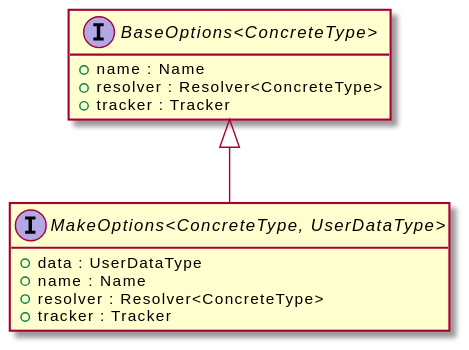
The PlantUML diagram assets/MakeOptions-umlClassDiagram-352.svg in zorse-lang/adk, before a commit. Source of this version:
```plantuml
@startuml
skinparam BackgroundColor transparent
hide empty methods
hide empty fields
interface "MakeOptions<ConcreteType, UserDataType>" {
    +data : UserDataType
    +name : Name
    +resolver : Resolver<ConcreteType>
    +tracker : Tracker
}
interface "BaseOptions<ConcreteType>" {
    +name : Name
    +resolver : Resolver<ConcreteType>
    +tracker : Tracker
}
"BaseOptions<ConcreteType>" <|-- "MakeOptions<ConcreteType, UserDataType>"
@enduml
```
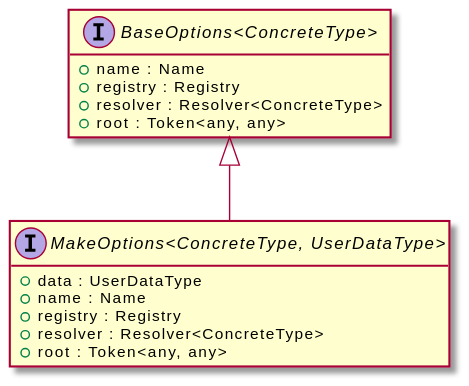
The same diagram one commit later.

Change to the diagram source:
```diff
@@ -5,13 +5,15 @@
 interface "MakeOptions<ConcreteType, UserDataType>" {
     +data : UserDataType
     +name : Name
+    +registry : Registry
     +resolver : Resolver<ConcreteType>
-    +tracker : Tracker
+    +root : Token<any, any>
 }
 interface "BaseOptions<ConcreteType>" {
     +name : Name
+    +registry : Registry
     +resolver : Resolver<ConcreteType>
-    +tracker : Tracker
+    +root : Token<any, any>
 }
 "BaseOptions<ConcreteType>" <|-- "MakeOptions<ConcreteType, UserDataType>"
 @enduml
```
